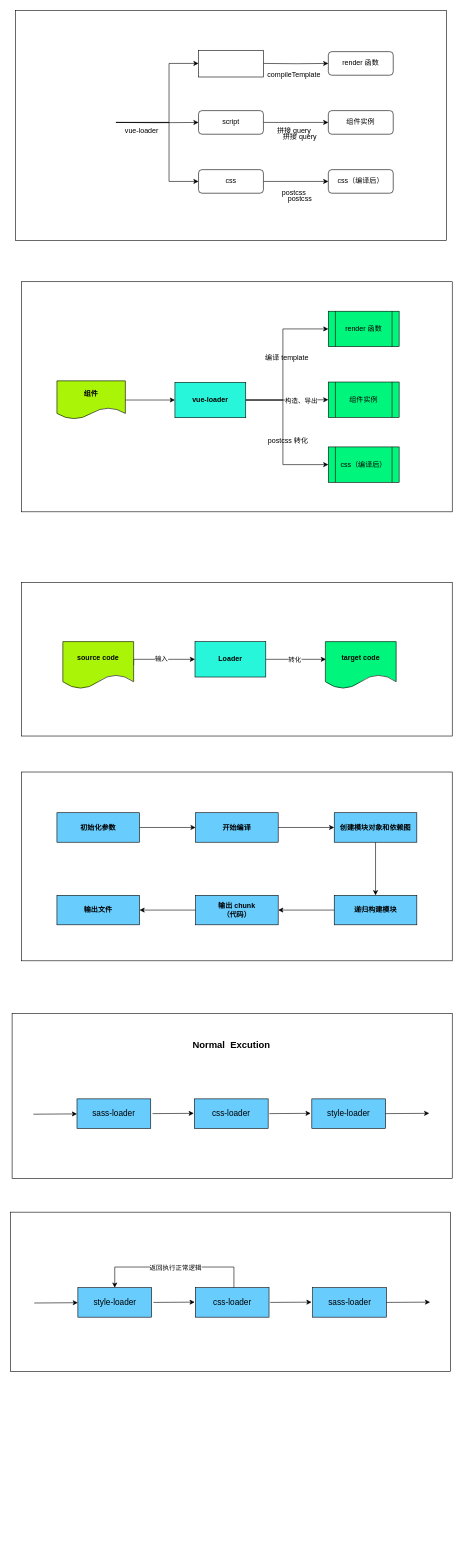
This is Untitled scoped css.drawio from WJCHumble/graph-asserts, a draw.io file, before an edit. Source tidied: cells renumbered, new cells numbered last; positions are measured from the earlier drawing's top-left corner, leaving out a move shared by most shapes. Both pictures are drawn from the tidied source at 59%, with x=0, y=0 at pixel (10, 10).
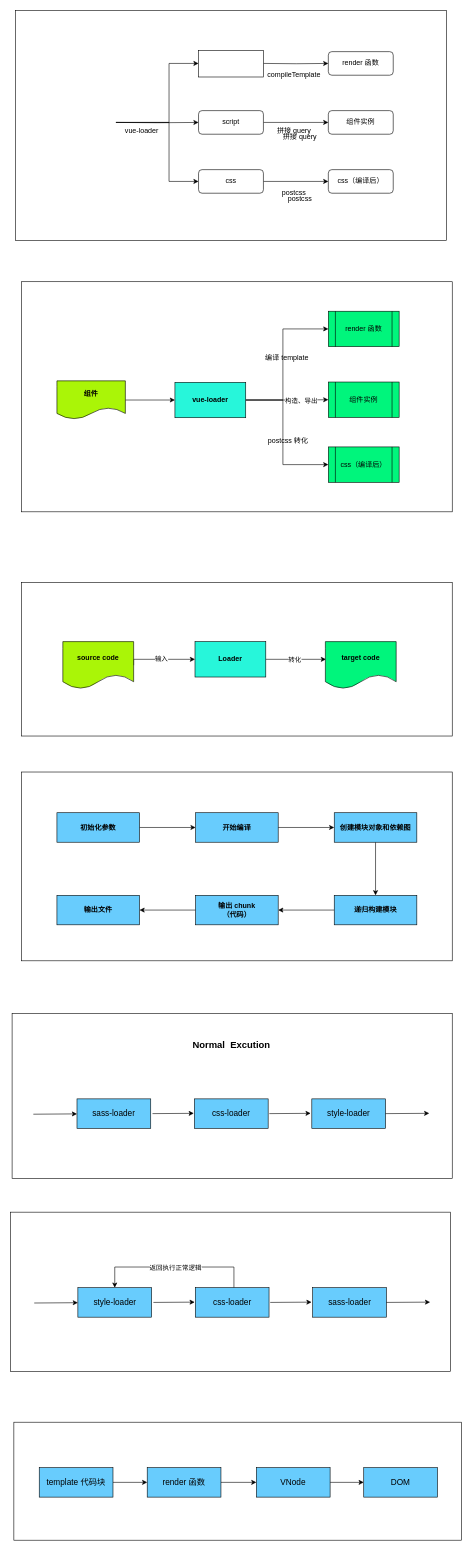
After the change.

What changed in the source:
```diff
@@
+    <mxCell id="73" style="rounded=0;whiteSpace=wrap;html=1;" parent="1" vertex="1">
+      <mxGeometry x="6" y="2393" width="758.5" height="200" as="geometry" />
+    </mxCell>
+    <mxCell id="74" style="edgeStyle=orthogonalEdgeStyle;rounded=0;jettySize=auto;html=1;exitX=1;exitY=0.5;exitDx=0;exitDy=0;entryX=0;entryY=0.5;entryDx=0;entryDy=0;" parent="1" edge="1" source="75" target="77">
+      <mxGeometry relative="1" as="geometry" />
+    </mxCell>
+    <mxCell id="75" value="&lt;font style=&quot;font-size: 14px&quot;&gt;template 代码块&lt;/font&gt;" style="rounded=0;whiteSpace=wrap;html=1;fillColor=#68CCFD;" parent="1" vertex="1">
+      <mxGeometry x="49" y="2470" width="125" height="50" as="geometry" />
+    </mxCell>
+    <mxCell id="76" style="edgeStyle=orthogonalEdgeStyle;rounded=0;jettySize=auto;html=1;exitX=1;exitY=0.5;exitDx=0;exitDy=0;entryX=0;entryY=0.5;entryDx=0;entryDy=0;" parent="1" edge="1" source="77" target="79">
+      <mxGeometry relative="1" as="geometry" />
+    </mxCell>
+    <mxCell id="77" value="&lt;font style=&quot;font-size: 14px&quot;&gt;render 函数&lt;/font&gt;" style="rounded=0;whiteSpace=wrap;html=1;fillColor=#68CCFD;" parent="1" vertex="1">
+      <mxGeometry x="232" y="2470" width="125" height="50" as="geometry" />
+    </mxCell>
+    <mxCell id="78" style="edgeStyle=orthogonalEdgeStyle;rounded=0;jettySize=auto;html=1;exitX=1;exitY=0.5;exitDx=0;exitDy=0;entryX=0;entryY=0.5;entryDx=0;entryDy=0;" parent="1" edge="1" source="79" target="80">
+      <mxGeometry relative="1" as="geometry" />
+    </mxCell>
+    <mxCell id="79" value="&lt;font style=&quot;font-size: 14px&quot;&gt;VNode&lt;/font&gt;" style="rounded=0;whiteSpace=wrap;html=1;fillColor=#68CCFD;" parent="1" vertex="1">
+      <mxGeometry x="417" y="2470" width="125" height="50" as="geometry" />
+    </mxCell>
+    <mxCell id="80" value="&lt;span style=&quot;font-size: 14px&quot;&gt;DOM&lt;/span&gt;" style="rounded=0;whiteSpace=wrap;html=1;fillColor=#68CCFD;" parent="1" vertex="1">
+      <mxGeometry x="599" y="2470" width="125" height="50" as="geometry" />
+    </mxCell>
```
